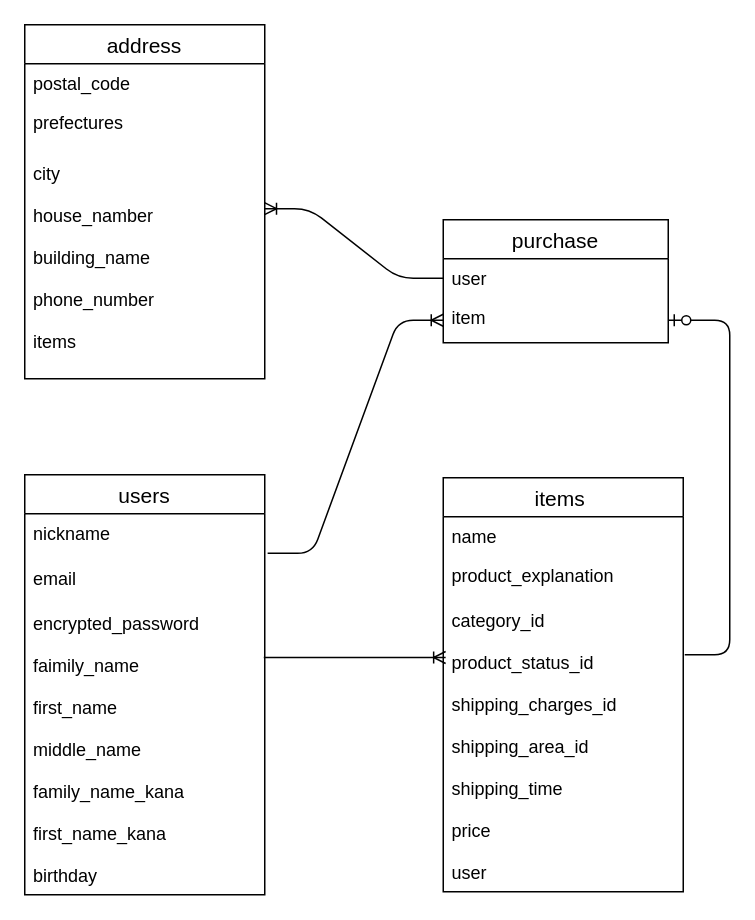
Earlier version of the draw.io diagram app/views/.dio (kuroitomu/furima-35604). Source tidied: cells renumbered, new cells numbered last; positions are measured from the earlier drawing's top-left corner, leaving out a move shared by most shapes. Both pictures are drawn from the tidied source at 150%, with x=0, y=0 at pixel (24, 24).
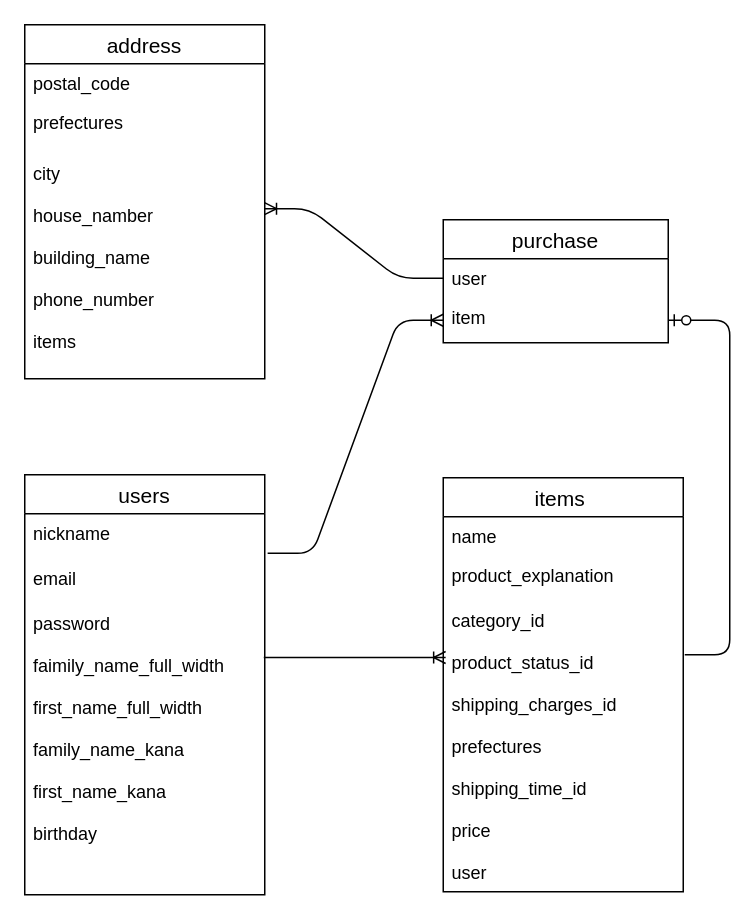
The same page after the edit.

The change refers to these unchanged cells:
```xml
<mxCell id="2" value=" users " style="swimlane;fontStyle=0;horizontal=1;startSize=26;align=center;fontSize=14;" parent="1" vertex="1">
  <mxGeometry y="300" width="160" height="280" as="geometry" />
</mxCell>
<mxCell id="8" value="items " style="swimlane;fontStyle=0;horizontal=1;startSize=26;align=center;fontSize=14;" parent="1" vertex="1">
  <mxGeometry x="279" y="302" width="160" height="276" as="geometry" />
</mxCell>
```

Change to the diagram source:
```diff
@@
-    <mxCell id="7" value="encrypted_password&#10;&#10;faimily_name&#10;&#10;first_name&#10;&#10;middle_name&#10;&#10;family_name_kana&#10;&#10;first_name_kana&#10;&#10;birthday&#10;&#10;&#10;" style="text;strokeColor=none;fillColor=none;spacingLeft=4;spacingRight=4;overflow=hidden;points=[[0,0.5],[1,0.5]];portConstraint=eastwest;fontSize=12;" parent="2" vertex="1">
+    <mxCell id="7" value="password&#10;&#10;faimily_name_full_width&#10;&#10;first_name_full_width&#10;&#10;family_name_kana&#10;&#10;first_name_kana&#10;&#10;birthday&#10;&#10;&#10;" style="text;strokeColor=none;fillColor=none;spacingLeft=4;spacingRight=4;overflow=hidden;points=[[0,0.5],[1,0.5]];portConstraint=eastwest;fontSize=12;" parent="2" vertex="1">
       <mxGeometry y="86" width="160" height="194" as="geometry" />
     </mxCell>
@@
-    <mxCell id="11" value="category_id&#10;&#10;product_status_id&#10;&#10;shipping_charges_id&#10;&#10;shipping_area_id&#10;&#10;shipping_time&#10;&#10;price&#10;&#10;user" style="text;strokeColor=none;fillColor=none;spacingLeft=4;spacingRight=4;overflow=hidden;points=[[0,0.5],[1,0.5]];portConstraint=eastwest;fontSize=12;" parent="8" vertex="1">
+    <mxCell id="11" value="category_id&#10;&#10;product_status_id&#10;&#10;shipping_charges_id&#10;&#10;prefectures&#10;&#10;shipping_time_id&#10;&#10;price&#10;&#10;user" style="text;strokeColor=none;fillColor=none;spacingLeft=4;spacingRight=4;overflow=hidden;points=[[0,0.5],[1,0.5]];portConstraint=eastwest;fontSize=12;" parent="8" vertex="1">
       <mxGeometry y="82" width="160" height="194" as="geometry" />
     </mxCell>
```
